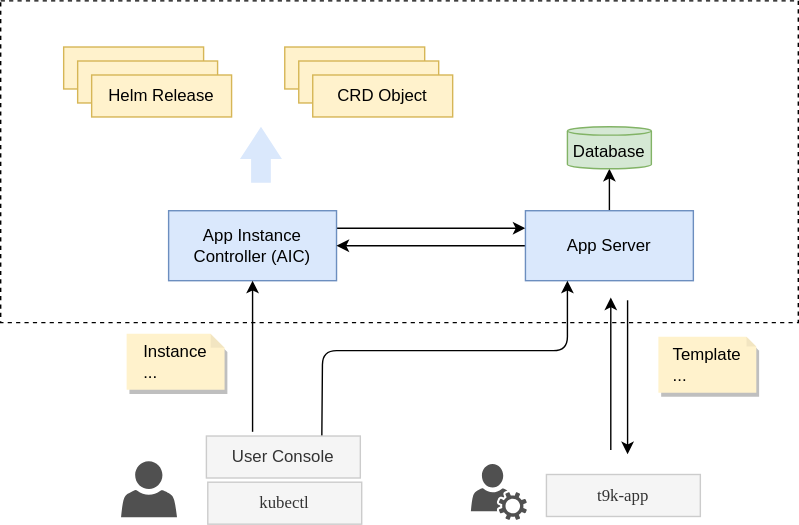
The draw.io diagram docs/img/arch.drawio.svg in t9k/apps, before a commit. Source tidied: cells renumbered, new cells last; positions are measured from the earlier drawing's top-left corner, leaving out a move shared by most shapes.
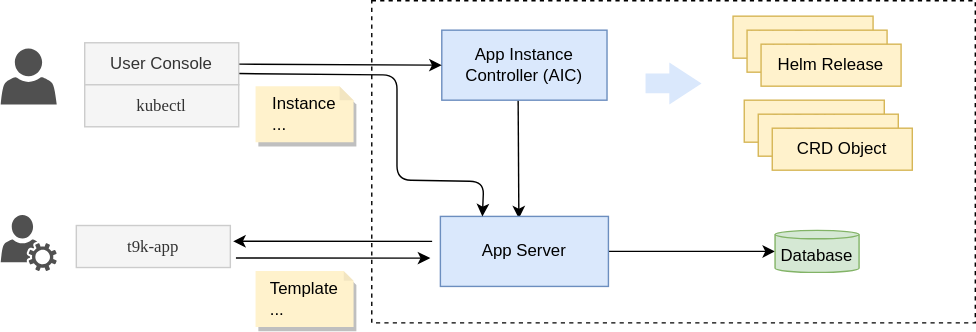
After the change.

Commit message:
improve diagram

The edit, as a diff of the source:
```diff
@@ -3,92 +3,86 @@
     <mxCell id="0" />
     <mxCell id="1" parent="0" />
     <mxCell id="2" style="rounded=0;whiteSpace=wrap;html=1;fontFamily=Verdana;fillColor=none;dashed=1;" parent="1" vertex="1">
-      <mxGeometry width="570" height="230" as="geometry" />
+      <mxGeometry x="-627" y="12" width="431" height="230" as="geometry" />
     </mxCell>
     <mxCell id="3" value="Helm Release" style="rounded=0;whiteSpace=wrap;html=1;fillColor=#fff2cc;strokeColor=#d6b656;" parent="1" vertex="1">
-      <mxGeometry x="45" y="33" width="100" height="30" as="geometry" />
+      <mxGeometry x="-369" y="23" width="100" height="30" as="geometry" />
     </mxCell>
     <mxCell id="4" value="Helm Release" style="rounded=0;whiteSpace=wrap;html=1;fillColor=#fff2cc;strokeColor=#d6b656;" parent="1" vertex="1">
-      <mxGeometry x="55" y="43" width="100" height="30" as="geometry" />
+      <mxGeometry x="-359" y="33" width="100" height="30" as="geometry" />
     </mxCell>
     <mxCell id="5" value="Helm Release" style="rounded=0;whiteSpace=wrap;html=1;fillColor=#fff2cc;strokeColor=#d6b656;" parent="1" vertex="1">
-      <mxGeometry x="65" y="53" width="100" height="30" as="geometry" />
+      <mxGeometry x="-349" y="43" width="100" height="30" as="geometry" />
     </mxCell>
     <mxCell id="6" value="CRD Object" style="rounded=0;whiteSpace=wrap;html=1;fillColor=#fff2cc;strokeColor=#d6b656;" parent="1" vertex="1">
-      <mxGeometry x="203" y="33" width="100" height="30" as="geometry" />
+      <mxGeometry x="-361" y="83" width="100" height="30" as="geometry" />
     </mxCell>
     <mxCell id="7" value="CRD Object" style="rounded=0;whiteSpace=wrap;html=1;fillColor=#fff2cc;strokeColor=#d6b656;" parent="1" vertex="1">
-      <mxGeometry x="213" y="43" width="100" height="30" as="geometry" />
+      <mxGeometry x="-351" y="93" width="100" height="30" as="geometry" />
     </mxCell>
     <mxCell id="8" value="CRD Object" style="rounded=0;whiteSpace=wrap;html=1;fillColor=#fff2cc;strokeColor=#d6b656;" parent="1" vertex="1">
-      <mxGeometry x="223" y="53" width="100" height="30" as="geometry" />
+      <mxGeometry x="-341" y="103" width="100" height="30" as="geometry" />
     </mxCell>
-    <mxCell id="9" style="edgeStyle=none;html=1;exitX=1;exitY=0.25;exitDx=0;exitDy=0;entryX=0;entryY=0.25;entryDx=0;entryDy=0;" parent="1" edge="1" source="10" target="13">
+    <mxCell id="9" style="edgeStyle=none;html=1;exitX=0.462;exitY=0.99;exitDx=0;exitDy=0;entryX=0.467;entryY=0.03;entryDx=0;entryDy=0;exitPerimeter=0;entryPerimeter=0;" parent="1" edge="1" source="10" target="13">
       <mxGeometry relative="1" as="geometry" />
     </mxCell>
     <mxCell id="10" value="App Instance Controller (AIC)" style="rounded=0;whiteSpace=wrap;html=1;fillColor=#dae8fc;strokeColor=#6c8ebf;" parent="1" vertex="1">
-      <mxGeometry x="120" y="150" width="120" height="50" as="geometry" />
+      <mxGeometry x="-577" y="33" width="118" height="50" as="geometry" />
     </mxCell>
-    <mxCell id="11" style="edgeStyle=none;html=1;exitX=0.5;exitY=0;exitDx=0;exitDy=0;entryX=0.5;entryY=1;entryDx=0;entryDy=0;entryPerimeter=0;" parent="1" edge="1" source="13" target="16">
+    <mxCell id="11" style="edgeStyle=none;html=1;exitX=1;exitY=0.5;exitDx=0;exitDy=0;entryX=0;entryY=0.5;entryDx=0;entryDy=0;entryPerimeter=0;" parent="1" edge="1" source="13" target="16">
       <mxGeometry relative="1" as="geometry" />
     </mxCell>
-    <mxCell id="12" style="edgeStyle=none;html=1;exitX=0;exitY=0.5;exitDx=0;exitDy=0;entryX=1;entryY=0.5;entryDx=0;entryDy=0;" parent="1" edge="1" source="13" target="10">
-      <mxGeometry relative="1" as="geometry" />
-    </mxCell>
     <mxCell id="13" value="App Server" style="rounded=0;whiteSpace=wrap;html=1;fillColor=#dae8fc;strokeColor=#6c8ebf;" parent="1" vertex="1">
-      <mxGeometry x="375" y="150" width="120" height="50" as="geometry" />
+      <mxGeometry x="-578" y="166" width="120" height="50" as="geometry" />
     </mxCell>
     <mxCell id="14" value="&lt;div style=&quot;text-align: left;&quot;&gt;Instance&lt;/div&gt;&lt;div style=&quot;text-align: left;&quot;&gt;...&lt;/div&gt;" style="shape=note;whiteSpace=wrap;html=1;backgroundOutline=1;darkOpacity=0.05;fillColor=#fff2cc;strokeColor=none;rotation=0;size=10;shadow=1;" parent="1" vertex="1">
-      <mxGeometry x="90" y="238" width="70" height="40" as="geometry" />
+      <mxGeometry x="-710" y="73" width="70" height="40" as="geometry" />
     </mxCell>
     <mxCell id="15" value="&lt;div style=&quot;text-align: left;&quot;&gt;Template&lt;/div&gt;&lt;div style=&quot;text-align: left;&quot;&gt;...&lt;/div&gt;" style="shape=note;whiteSpace=wrap;html=1;backgroundOutline=1;darkOpacity=0.05;fillColor=#fff2cc;strokeColor=none;rotation=0;size=7;shadow=1;" parent="1" vertex="1">
-      <mxGeometry x="470" y="240" width="70" height="40" as="geometry" />
+      <mxGeometry x="-710" y="205" width="70" height="40" as="geometry" />
     </mxCell>
     <mxCell id="16" value="Database" style="shape=cylinder3;whiteSpace=wrap;html=1;boundedLbl=1;backgroundOutline=1;size=3;fillColor=#d5e8d4;strokeColor=#82b366;" parent="1" vertex="1">
-      <mxGeometry x="405" y="90" width="60" height="30" as="geometry" />
+      <mxGeometry x="-339" y="176" width="60" height="30" as="geometry" />
     </mxCell>
-    <mxCell id="17" style="html=1;shadow=0;dashed=0;align=center;verticalAlign=middle;shape=mxgraph.arrows2.arrow;dy=0.53;dx=23;direction=north;notch=0;strokeColor=none;fillColor=#dae8fc;" parent="1" vertex="1">
-      <mxGeometry x="171" y="90" width="30" height="40" as="geometry" />
+    <mxCell id="17" style="html=1;shadow=0;dashed=0;align=center;verticalAlign=middle;shape=mxgraph.arrows2.arrow;dy=0.53;dx=23;direction=north;notch=0;strokeColor=none;fillColor=#dae8fc;rotation=90;" parent="1" vertex="1">
+      <mxGeometry x="-426.5" y="51" width="30" height="40" as="geometry" />
     </mxCell>
-    <mxCell id="18" style="edgeStyle=none;html=1;fontFamily=Verdana;entryX=0.5;entryY=1;entryDx=0;entryDy=0;" parent="1" edge="1" target="10">
-      <mxGeometry relative="1" as="geometry">
-        <mxPoint x="180" y="308" as="sourcePoint" />
-      </mxGeometry>
-    </mxCell>
-    <mxCell id="19" style="edgeStyle=none;html=1;entryX=0.25;entryY=1;entryDx=0;entryDy=0;fontFamily=Verdana;exitX=0.75;exitY=0;exitDx=0;exitDy=0;" parent="1" edge="1" source="20" target="13">
+    <mxCell id="19" style="edgeStyle=none;html=1;entryX=0.25;entryY=0;entryDx=0;entryDy=0;fontFamily=Verdana;exitX=1;exitY=0.733;exitDx=0;exitDy=0;exitPerimeter=0;" parent="1" edge="1" source="20" target="13">
       <mxGeometry relative="1" as="geometry">
         <Array as="points">
-          <mxPoint x="230" y="250" />
-          <mxPoint x="405" y="250" />
+          <mxPoint x="-609" y="65" />
+          <mxPoint x="-609" y="140" />
+          <mxPoint x="-547" y="141" />
         </Array>
       </mxGeometry>
     </mxCell>
+    <mxCell id="27" style="edgeStyle=none;html=1;entryX=0;entryY=0.5;entryDx=0;entryDy=0;" parent="1" edge="1" source="20" target="10">
+      <mxGeometry relative="1" as="geometry" />
+    </mxCell>
     <mxCell id="20" value="User Console" style="rounded=0;whiteSpace=wrap;html=1;strokeColor=#CCCCCC;fillColor=#f5f5f5;fontColor=#333333;" parent="1" vertex="1">
-      <mxGeometry x="147" y="311" width="110" height="30" as="geometry" />
+      <mxGeometry x="-832" y="42" width="110" height="30" as="geometry" />
     </mxCell>
     <mxCell id="21" value="&lt;font face=&quot;Verdana&quot;&gt;kubectl&lt;/font&gt;" style="rounded=0;whiteSpace=wrap;html=1;strokeColor=#CCCCCC;fillColor=#f5f5f5;fontColor=#333333;" parent="1" vertex="1">
-      <mxGeometry x="148" y="344" width="110" height="30" as="geometry" />
+      <mxGeometry x="-832" y="72" width="110" height="30" as="geometry" />
     </mxCell>
     <mxCell id="22" value="&lt;font face=&quot;Verdana&quot;&gt;t9k-app&lt;/font&gt;" style="rounded=0;whiteSpace=wrap;html=1;strokeColor=#CCCCCC;fillColor=#f5f5f5;fontColor=#333333;" parent="1" vertex="1">
-      <mxGeometry x="390" y="338.5" width="110" height="30" as="geometry" />
+      <mxGeometry x="-838" y="172.5" width="110" height="30" as="geometry" />
     </mxCell>
-    <mxCell id="23" style="endArrow=classic;html=1;fontFamily=Verdana;" parent="1" edge="1">
+    <mxCell id="23" style="endArrow=classic;html=1;fontFamily=Verdana;exitX=0.1;exitY=0.747;exitDx=0;exitDy=0;exitPerimeter=0;" parent="1" edge="1" source="2">
       <mxGeometry relative="1" as="geometry">
-        <mxPoint x="436" y="321" as="sourcePoint" />
-        <mxPoint x="436" y="212" as="targetPoint" />
+        <mxPoint x="-726" y="183.8" as="targetPoint" />
       </mxGeometry>
     </mxCell>
-    <mxCell id="24" style="endArrow=classic;html=1;fontFamily=Verdana;" parent="1" edge="1">
+    <mxCell id="24" style="endArrow=classic;html=1;fontFamily=Verdana;entryX=0.097;entryY=0.799;entryDx=0;entryDy=0;entryPerimeter=0;" parent="1" edge="1" target="2">
       <mxGeometry relative="1" as="geometry">
-        <mxPoint x="448" y="214" as="sourcePoint" />
-        <mxPoint x="448" y="324" as="targetPoint" />
+        <mxPoint x="-724" y="195.8" as="sourcePoint" />
       </mxGeometry>
     </mxCell>
     <mxCell id="25" style="sketch=0;shadow=0;dashed=0;html=1;strokeColor=none;fillColor=#505050;labelPosition=center;verticalLabelPosition=bottom;verticalAlign=top;align=center;shape=mxgraph.office.users.user_services;fontFamily=Verdana;" parent="1" vertex="1">
-      <mxGeometry x="336" y="331" width="40" height="40" as="geometry" />
+      <mxGeometry x="-892" y="165" width="40" height="40" as="geometry" />
     </mxCell>
     <mxCell id="26" style="sketch=0;shadow=0;dashed=0;html=1;strokeColor=none;fillColor=#505050;labelPosition=center;verticalLabelPosition=bottom;verticalAlign=top;align=center;shape=mxgraph.office.users.user;fontFamily=Verdana;" parent="1" vertex="1">
-      <mxGeometry x="86" y="329" width="40" height="40" as="geometry" />
+      <mxGeometry x="-892" y="46" width="40" height="40" as="geometry" />
     </mxCell>
   </root>
 </mxGraphModel>
```
